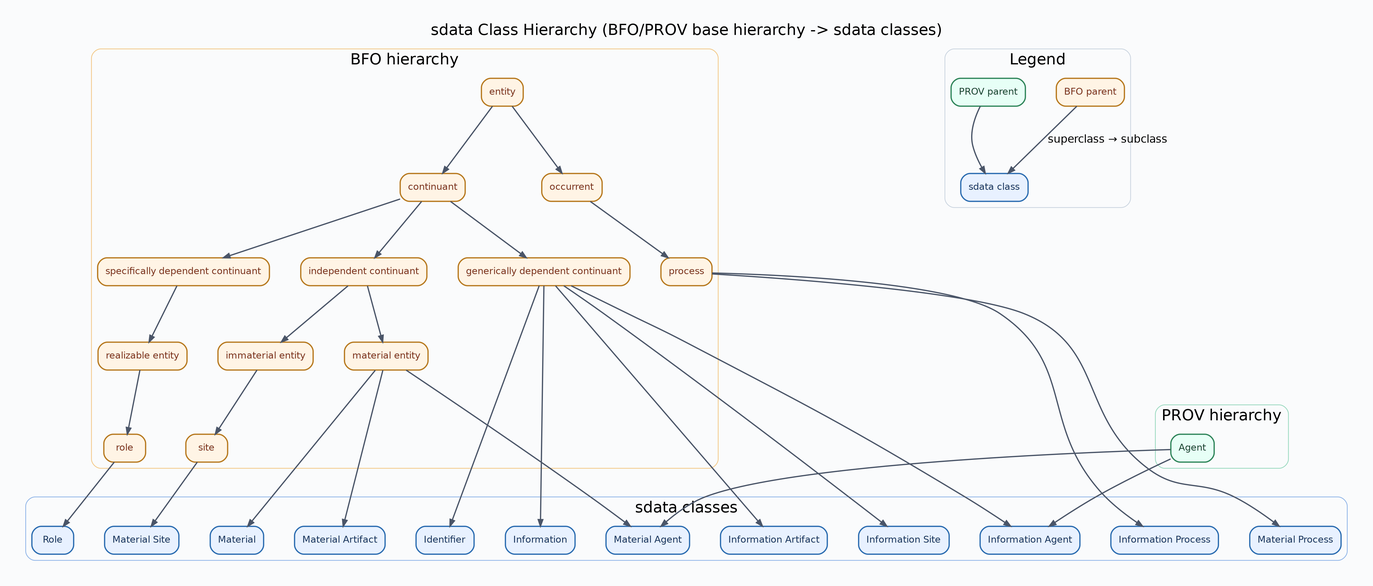
This is docs/diagrams/sdata-class-hierarchy.png from lepy/sdata-ontology, a Graphviz export, as it was before one commit. Its source is kept beside it as docs/diagrams/sdata-class-hierarchy.dot. Source of this version:
```dot
digraph "" {
	graph [bgcolor="#FAFBFC",
		fontname=Helvetica,
		fontsize=20,
		label="sdata Class Hierarchy (BFO/PROV base hierarchy -> sdata classes)",
		labeljust=c,
		labelloc=t,
		nodesep=0.55,
		overlap=false,
		pad=0.35,
		rankdir=TB,
		ranksep=1.0,
		splines=true
	];
	node [fontname=Helvetica,
		fontsize=12,
		label="\N",
		margin="0.14,0.08",
		penwidth=1.6,
		shape=box,
		style="filled,rounded"
	];
	edge [arrowsize=0.85,
		color="#4A5568",
		fontname=Helvetica,
		penwidth=1.6
	];
	subgraph cluster_sdata {
		graph [color="#90B5E8",
			label="sdata classes",
			style=rounded
		];
		"https://w3id.org/sdata/core/Identifier"	[color="#2B6CB0",
			fillcolor="#E8F1FF",
			fontcolor="#1A365D",
			label=Identifier];
		"https://w3id.org/sdata/core/Information"	[color="#2B6CB0",
			fillcolor="#E8F1FF",
			fontcolor="#1A365D",
			label=Information];
		"https://w3id.org/sdata/core/InformationAgent"	[color="#2B6CB0",
			fillcolor="#E8F1FF",
			fontcolor="#1A365D",
			label="Information Agent"];
		"https://w3id.org/sdata/core/InformationArtifact"	[color="#2B6CB0",
			fillcolor="#E8F1FF",
			fontcolor="#1A365D",
			label="Information Artifact"];
		"https://w3id.org/sdata/core/InformationProcess"	[color="#2B6CB0",
			fillcolor="#E8F1FF",
			fontcolor="#1A365D",
			label="Information Process"];
		"https://w3id.org/sdata/core/InformationSite"	[color="#2B6CB0",
			fillcolor="#E8F1FF",
			fontcolor="#1A365D",
			label="Information Site"];
		"https://w3id.org/sdata/core/Material"	[color="#2B6CB0",
			fillcolor="#E8F1FF",
			fontcolor="#1A365D",
			label=Material];
		"https://w3id.org/sdata/core/MaterialAgent"	[color="#2B6CB0",
			fillcolor="#E8F1FF",
			fontcolor="#1A365D",
			label="Material Agent"];
		"https://w3id.org/sdata/core/MaterialArtifact"	[color="#2B6CB0",
			fillcolor="#E8F1FF",
			fontcolor="#1A365D",
			label="Material Artifact"];
		"https://w3id.org/sdata/core/MaterialProcess"	[color="#2B6CB0",
			fillcolor="#E8F1FF",
			fontcolor="#1A365D",
			label="Material Process"];
		"https://w3id.org/sdata/core/MaterialSite"	[color="#2B6CB0",
			fillcolor="#E8F1FF",
			fontcolor="#1A365D",
			label="Material Site"];
		"https://w3id.org/sdata/core/Role"	[color="#2B6CB0",
			fillcolor="#E8F1FF",
			fontcolor="#1A365D",
			label=Role];
	}
	subgraph cluster_bfo_context {
		graph [color="#F3C887",
			label="BFO hierarchy",
			style=rounded
		];
		"http://purl.obolibrary.org/obo/BFO_0000001"	[color="#B7791F",
			fillcolor="#FFF4E5",
			fontcolor="#7B341E",
			label=entity];
		"http://purl.obolibrary.org/obo/BFO_0000002"	[color="#B7791F",
			fillcolor="#FFF4E5",
			fontcolor="#7B341E",
			label=continuant];
		"http://purl.obolibrary.org/obo/BFO_0000003"	[color="#B7791F",
			fillcolor="#FFF4E5",
			fontcolor="#7B341E",
			label=occurrent];
		"http://purl.obolibrary.org/obo/BFO_0000004"	[color="#B7791F",
			fillcolor="#FFF4E5",
			fontcolor="#7B341E",
			label="independent continuant"];
		"http://purl.obolibrary.org/obo/BFO_0000015"	[color="#B7791F",
			fillcolor="#FFF4E5",
			fontcolor="#7B341E",
			label=process];
		"http://purl.obolibrary.org/obo/BFO_0000017"	[color="#B7791F",
			fillcolor="#FFF4E5",
			fontcolor="#7B341E",
			label="realizable entity"];
		"http://purl.obolibrary.org/obo/BFO_0000020"	[color="#B7791F",
			fillcolor="#FFF4E5",
			fontcolor="#7B341E",
			label="specifically dependent continuant"];
		"http://purl.obolibrary.org/obo/BFO_0000023"	[color="#B7791F",
			fillcolor="#FFF4E5",
			fontcolor="#7B341E",
			label=role];
		"http://purl.obolibrary.org/obo/BFO_0000029"	[color="#B7791F",
			fillcolor="#FFF4E5",
			fontcolor="#7B341E",
			label=site];
		"http://purl.obolibrary.org/obo/BFO_0000031"	[color="#B7791F",
			fillcolor="#FFF4E5",
			fontcolor="#7B341E",
			label="generically dependent continuant"];
		"http://purl.obolibrary.org/obo/BFO_0000040"	[color="#B7791F",
			fillcolor="#FFF4E5",
			fontcolor="#7B341E",
			label="material entity"];
		"http://purl.obolibrary.org/obo/BFO_0000141"	[color="#B7791F",
			fillcolor="#FFF4E5",
			fontcolor="#7B341E",
			label="immaterial entity"];
	}
	subgraph cluster_prov_context {
		graph [color="#9AD9BF",
			label="PROV hierarchy",
			style=rounded
		];
		"http://www.w3.org/ns/prov#Agent"	[color="#2F855A",
			fillcolor="#E7FFF6",
			fontcolor="#1C4532",
			label=Agent];
	}
	subgraph cluster_legend {
		graph [color="#CBD5E0",
			label=Legend,
			style=rounded
		];
		legend_sdata	[color="#2B6CB0",
			fillcolor="#E8F1FF",
			fontcolor="#1A365D",
			label="sdata class"];
		legend_bfo	[color="#B7791F",
			fillcolor="#FFF4E5",
			fontcolor="#7B341E",
			label="BFO parent"];
		legend_bfo -> legend_sdata	[label="superclass → subclass"];
		legend_prov	[color="#2F855A",
			fillcolor="#E7FFF6",
			fontcolor="#1C4532",
			label="PROV parent"];
		legend_prov -> legend_sdata;
	}
	"http://purl.obolibrary.org/obo/BFO_0000001" -> "http://purl.obolibrary.org/obo/BFO_0000002";
	"http://purl.obolibrary.org/obo/BFO_0000001" -> "http://purl.obolibrary.org/obo/BFO_0000003";
	"http://purl.obolibrary.org/obo/BFO_0000002" -> "http://purl.obolibrary.org/obo/BFO_0000004";
	"http://purl.obolibrary.org/obo/BFO_0000002" -> "http://purl.obolibrary.org/obo/BFO_0000020";
	"http://purl.obolibrary.org/obo/BFO_0000002" -> "http://purl.obolibrary.org/obo/BFO_0000031";
	"http://purl.obolibrary.org/obo/BFO_0000003" -> "http://purl.obolibrary.org/obo/BFO_0000015";
	"http://purl.obolibrary.org/obo/BFO_0000004" -> "http://purl.obolibrary.org/obo/BFO_0000040";
	"http://purl.obolibrary.org/obo/BFO_0000004" -> "http://purl.obolibrary.org/obo/BFO_0000141";
	"http://purl.obolibrary.org/obo/BFO_0000015" -> "https://w3id.org/sdata/core/InformationProcess";
	"http://purl.obolibrary.org/obo/BFO_0000015" -> "https://w3id.org/sdata/core/MaterialProcess";
	"http://purl.obolibrary.org/obo/BFO_0000017" -> "http://purl.obolibrary.org/obo/BFO_0000023";
	"http://purl.obolibrary.org/obo/BFO_0000020" -> "http://purl.obolibrary.org/obo/BFO_0000017";
	"http://purl.obolibrary.org/obo/BFO_0000023" -> "https://w3id.org/sdata/core/Role";
	"http://purl.obolibrary.org/obo/BFO_0000029" -> "https://w3id.org/sdata/core/MaterialSite";
	"http://purl.obolibrary.org/obo/BFO_0000031" -> "https://w3id.org/sdata/core/Identifier";
	"http://purl.obolibrary.org/obo/BFO_0000031" -> "https://w3id.org/sdata/core/Information";
	"http://purl.obolibrary.org/obo/BFO_0000031" -> "https://w3id.org/sdata/core/InformationAgent";
	"http://purl.obolibrary.org/obo/BFO_0000031" -> "https://w3id.org/sdata/core/InformationArtifact";
	"http://purl.obolibrary.org/obo/BFO_0000031" -> "https://w3id.org/sdata/core/InformationSite";
	"http://purl.obolibrary.org/obo/BFO_0000040" -> "https://w3id.org/sdata/core/Material";
	"http://purl.obolibrary.org/obo/BFO_0000040" -> "https://w3id.org/sdata/core/MaterialAgent";
	"http://purl.obolibrary.org/obo/BFO_0000040" -> "https://w3id.org/sdata/core/MaterialArtifact";
	"http://purl.obolibrary.org/obo/BFO_0000141" -> "http://purl.obolibrary.org/obo/BFO_0000029";
	"http://www.w3.org/ns/prov#Agent" -> "https://w3id.org/sdata/core/InformationAgent";
	"http://www.w3.org/ns/prov#Agent" -> "https://w3id.org/sdata/core/MaterialAgent";
}
```
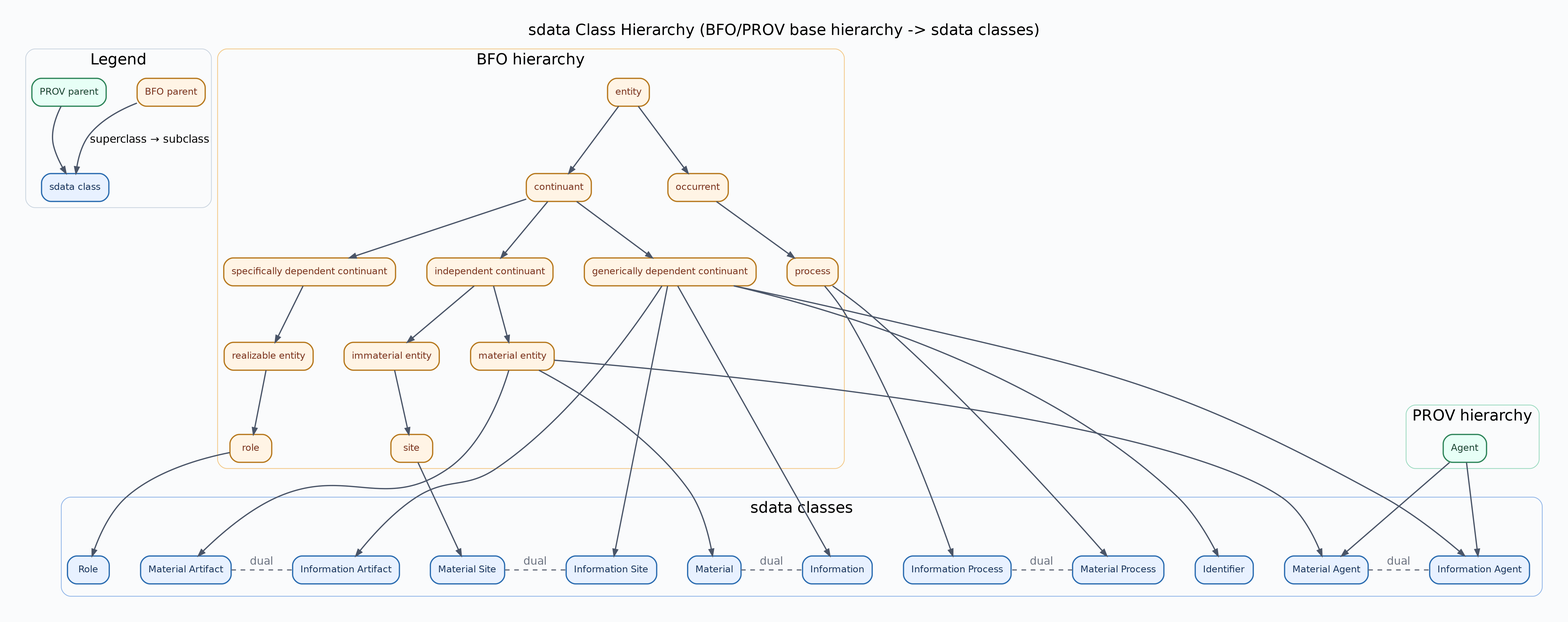
Above is the later version.

What changed in the source:
```diff
@@ -25,55 +25,100 @@
 		fontname=Helvetica,
 		penwidth=1.6
 	];
+	subgraph cluster_legend {
+		graph [color="#CBD5E0",
+			label=Legend,
+			style=rounded
+		];
+		legend_sdata	[color="#2B6CB0",
+			fillcolor="#E8F1FF",
+			fontcolor="#1A365D",
+			label="sdata class"];
+		legend_bfo	[color="#B7791F",
+			fillcolor="#FFF4E5",
+			fontcolor="#7B341E",
+			label="BFO parent"];
+		legend_bfo -> legend_sdata	[label="superclass → subclass"];
+		legend_prov	[color="#2F855A",
+			fillcolor="#E7FFF6",
+			fontcolor="#1C4532",
+			label="PROV parent"];
+		legend_prov -> legend_sdata;
+	}
 	subgraph cluster_sdata {
 		graph [color="#90B5E8",
 			label="sdata classes",
 			style=rounded
 		];
+		subgraph cluster_dual_rank_MaterialArtifact {
+			graph [rank=same,
+				style=invis
+			];
+			"https://w3id.org/sdata/core/InformationArtifact"	[color="#2B6CB0",
+				fillcolor="#E8F1FF",
+				fontcolor="#1A365D",
+				label="Information Artifact"];
+			"https://w3id.org/sdata/core/MaterialArtifact"	[color="#2B6CB0",
+				fillcolor="#E8F1FF",
+				fontcolor="#1A365D",
+				label="Material Artifact"];
+		}
+		subgraph cluster_dual_rank_Material {
+			graph [rank=same,
+				style=invis
+			];
+			"https://w3id.org/sdata/core/Information"	[color="#2B6CB0",
+				fillcolor="#E8F1FF",
+				fontcolor="#1A365D",
+				label=Information];
+			"https://w3id.org/sdata/core/Material"	[color="#2B6CB0",
+				fillcolor="#E8F1FF",
+				fontcolor="#1A365D",
+				label=Material];
+		}
+		subgraph cluster_dual_rank_MaterialProcess {
+			graph [rank=same,
+				style=invis
+			];
+			"https://w3id.org/sdata/core/InformationProcess"	[color="#2B6CB0",
+				fillcolor="#E8F1FF",
+				fontcolor="#1A365D",
+				label="Information Process"];
+			"https://w3id.org/sdata/core/MaterialProcess"	[color="#2B6CB0",
+				fillcolor="#E8F1FF",
+				fontcolor="#1A365D",
+				label="Material Process"];
+		}
+		subgraph cluster_dual_rank_MaterialSite {
+			graph [rank=same,
+				style=invis
+			];
+			"https://w3id.org/sdata/core/InformationSite"	[color="#2B6CB0",
+				fillcolor="#E8F1FF",
+				fontcolor="#1A365D",
+				label="Information Site"];
+			"https://w3id.org/sdata/core/MaterialSite"	[color="#2B6CB0",
+				fillcolor="#E8F1FF",
+				fontcolor="#1A365D",
+				label="Material Site"];
+		}
+		subgraph cluster_dual_rank_MaterialAgent {
+			graph [rank=same,
+				style=invis
+			];
+			"https://w3id.org/sdata/core/InformationAgent"	[color="#2B6CB0",
+				fillcolor="#E8F1FF",
+				fontcolor="#1A365D",
+				label="Information Agent"];
+			"https://w3id.org/sdata/core/MaterialAgent"	[color="#2B6CB0",
+				fillcolor="#E8F1FF",
+				fontcolor="#1A365D",
+				label="Material Agent"];
+		}
 		"https://w3id.org/sdata/core/Identifier"	[color="#2B6CB0",
 			fillcolor="#E8F1FF",
 			fontcolor="#1A365D",
 			label=Identifier];
-		"https://w3id.org/sdata/core/Information"	[color="#2B6CB0",
-			fillcolor="#E8F1FF",
-			fontcolor="#1A365D",
-			label=Information];
-		"https://w3id.org/sdata/core/InformationAgent"	[color="#2B6CB0",
-			fillcolor="#E8F1FF",
-			fontcolor="#1A365D",
-			label="Information Agent"];
-		"https://w3id.org/sdata/core/InformationArtifact"	[color="#2B6CB0",
-			fillcolor="#E8F1FF",
-			fontcolor="#1A365D",
-			label="Information Artifact"];
-		"https://w3id.org/sdata/core/InformationProcess"	[color="#2B6CB0",
-			fillcolor="#E8F1FF",
-			fontcolor="#1A365D",
-			label="Information Process"];
-		"https://w3id.org/sdata/core/InformationSite"	[color="#2B6CB0",
-			fillcolor="#E8F1FF",
-			fontcolor="#1A365D",
-			label="Information Site"];
-		"https://w3id.org/sdata/core/Material"	[color="#2B6CB0",
-			fillcolor="#E8F1FF",
-			fontcolor="#1A365D",
-			label=Material];
-		"https://w3id.org/sdata/core/MaterialAgent"	[color="#2B6CB0",
-			fillcolor="#E8F1FF",
-			fontcolor="#1A365D",
-			label="Material Agent"];
-		"https://w3id.org/sdata/core/MaterialArtifact"	[color="#2B6CB0",
-			fillcolor="#E8F1FF",
-			fontcolor="#1A365D",
-			label="Material Artifact"];
-		"https://w3id.org/sdata/core/MaterialProcess"	[color="#2B6CB0",
-			fillcolor="#E8F1FF",
-			fontcolor="#1A365D",
-			label="Material Process"];
-		"https://w3id.org/sdata/core/MaterialSite"	[color="#2B6CB0",
-			fillcolor="#E8F1FF",
-			fontcolor="#1A365D",
-			label="Material Site"];
 		"https://w3id.org/sdata/core/Role"	[color="#2B6CB0",
 			fillcolor="#E8F1FF",
 			fontcolor="#1A365D",
@@ -143,26 +188,36 @@
 			fontcolor="#1C4532",
 			label=Agent];
 	}
-	subgraph cluster_legend {
-		graph [color="#CBD5E0",
-			label=Legend,
-			style=rounded
-		];
-		legend_sdata	[color="#2B6CB0",
-			fillcolor="#E8F1FF",
-			fontcolor="#1A365D",
-			label="sdata class"];
-		legend_bfo	[color="#B7791F",
-			fillcolor="#FFF4E5",
-			fontcolor="#7B341E",
-			label="BFO parent"];
-		legend_bfo -> legend_sdata	[label="superclass → subclass"];
-		legend_prov	[color="#2F855A",
-			fillcolor="#E7FFF6",
-			fontcolor="#1C4532",
-			label="PROV parent"];
-		legend_prov -> legend_sdata;
-	}
+	"https://w3id.org/sdata/core/Material" -> "https://w3id.org/sdata/core/Information"	[color="#6B7280",
+		constraint=false,
+		dir=none,
+		fontcolor="#6B7280",
+		label=dual,
+		style=dashed];
+	"https://w3id.org/sdata/core/MaterialAgent" -> "https://w3id.org/sdata/core/InformationAgent"	[color="#6B7280",
+		constraint=false,
+		dir=none,
+		fontcolor="#6B7280",
+		label=dual,
+		style=dashed];
+	"https://w3id.org/sdata/core/MaterialArtifact" -> "https://w3id.org/sdata/core/InformationArtifact"	[color="#6B7280",
+		constraint=false,
+		dir=none,
+		fontcolor="#6B7280",
+		label=dual,
+		style=dashed];
+	"https://w3id.org/sdata/core/MaterialProcess" -> "https://w3id.org/sdata/core/InformationProcess"	[color="#6B7280",
+		constraint=false,
+		dir=none,
+		fontcolor="#6B7280",
+		label=dual,
+		style=dashed];
+	"https://w3id.org/sdata/core/MaterialSite" -> "https://w3id.org/sdata/core/InformationSite"	[color="#6B7280",
+		constraint=false,
+		dir=none,
+		fontcolor="#6B7280",
+		label=dual,
+		style=dashed];
 	"http://purl.obolibrary.org/obo/BFO_0000001" -> "http://purl.obolibrary.org/obo/BFO_0000002";
 	"http://purl.obolibrary.org/obo/BFO_0000001" -> "http://purl.obolibrary.org/obo/BFO_0000003";
 	"http://purl.obolibrary.org/obo/BFO_0000002" -> "http://purl.obolibrary.org/obo/BFO_0000004";
```
